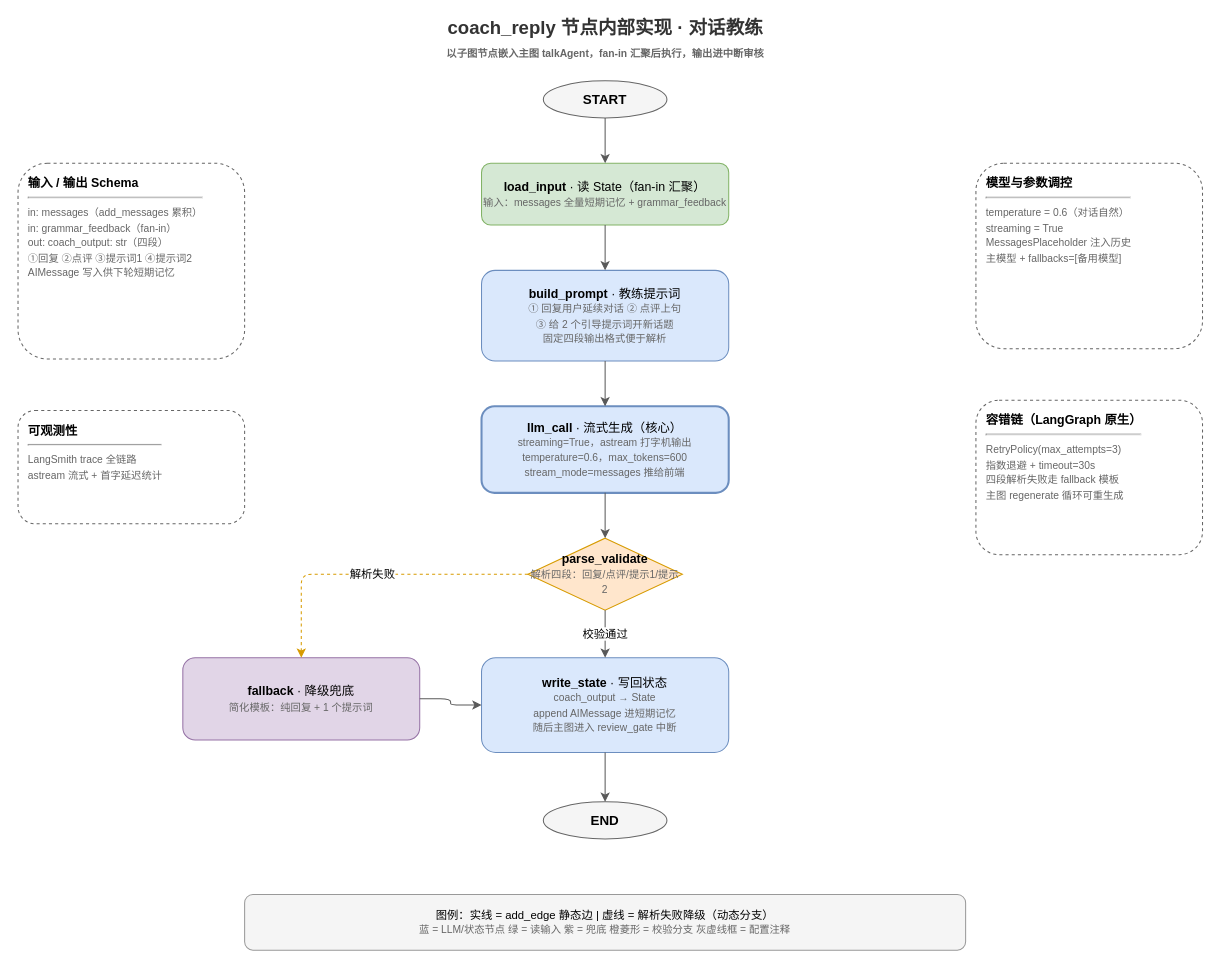
This is documents/coach_reply.drawio from Ekko306/dialog-ai, a draw.io file, before an edit. Source tidied: cells renumbered, new cells numbered last; positions are measured from the earlier drawing's top-left corner, leaving out a move shared by most shapes. Both pictures are drawn from the tidied source at 103%, with x=0, y=0 at pixel (18, 19).
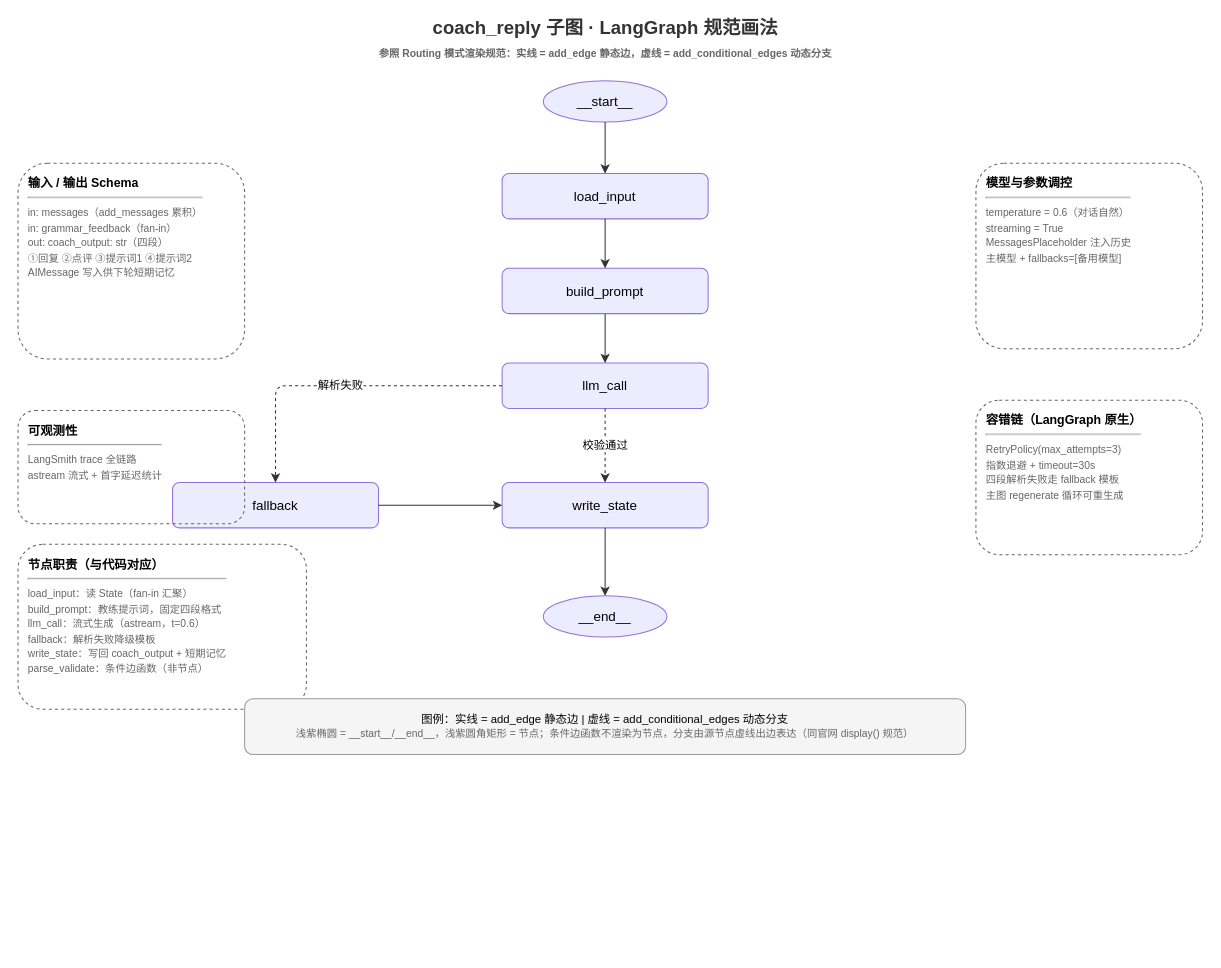
Above is the later version.

Change to the diagram source:
```diff
@@
-    <mxCell id="2" value="coach_reply 节点内部实现 · 对话教练&lt;br&gt;&lt;font style=&quot;font-size:10px&quot; color=&quot;#666666&quot;&gt;以子图节点嵌入主图 talkAgent，fan-in 汇聚后执行，输出进中断审核&lt;/font&gt;" style="text;html=1;align=center;verticalAlign=middle;fontSize=18;fontStyle=1;fontColor=#333333;" parent="1" vertex="1">
+    <mxCell id="2" value="coach_reply 子图 · LangGraph 规范画法&lt;br&gt;&lt;font style=&quot;font-size:10px&quot; color=&quot;#666666&quot;&gt;参照 Routing 模式渲染规范：实线 = add_edge 静态边，虚线 = add_conditional_edges 动态分支&lt;/font&gt;" style="text;html=1;align=center;verticalAlign=middle;fontSize=18;fontStyle=1;fontColor=#333333;" parent="1" vertex="1">
       <mxGeometry x="290" width="560" height="40" as="geometry" />
     </mxCell>
-    <mxCell id="3" value="START" style="ellipse;whiteSpace=wrap;html=1;fillColor=#f5f5f5;strokeColor=#666666;fontSize=13;fontStyle=1;" parent="1" vertex="1">
-      <mxGeometry x="510" y="60" width="120" height="36" as="geometry" />
+    <mxCell id="3" value="__start__" style="ellipse;whiteSpace=wrap;html=1;fillColor=#ECECFF;strokeColor=#9370DB;fontSize=13;" parent="1" vertex="1">
+      <mxGeometry x="510" y="60" width="120" height="40" as="geometry" />
     </mxCell>
-    <mxCell id="4" value="&lt;b&gt;load_input&lt;/b&gt; · 读 State（fan-in 汇聚）&lt;br&gt;&lt;font style=&quot;font-size:10px&quot; color=&quot;#666666&quot;&gt;输入：messages 全量短期记忆 + grammar_feedback&lt;/font&gt;" style="rounded=1;whiteSpace=wrap;html=1;fillColor=#d5e8d4;strokeColor=#82b366;fontSize=12;" parent="1" vertex="1">
-      <mxGeometry x="450" y="140" width="240" height="60" as="geometry" />
+    <mxCell id="4" value="load_input" style="rounded=1;whiteSpace=wrap;html=1;fillColor=#ECECFF;strokeColor=#9370DB;fontSize=13;" parent="1" vertex="1">
+      <mxGeometry x="470" y="150" width="200" height="44" as="geometry" />
     </mxCell>
-    <mxCell id="5" value="&lt;b&gt;build_prompt&lt;/b&gt; · 教练提示词&lt;br&gt;&lt;font style=&quot;font-size:10px&quot; color=&quot;#666666&quot;&gt;① 回复用户延续对话 ② 点评上句&lt;br&gt;③ 给 2 个引导提示词开新话题&lt;br&gt;固定四段输出格式便于解析&lt;/font&gt;" style="rounded=1;whiteSpace=wrap;html=1;fillColor=#dae8fc;strokeColor=#6c8ebf;fontSize=12;" parent="1" vertex="1">
-      <mxGeometry x="450" y="244" width="240" height="88" as="geometry" />
+    <mxCell id="5" value="build_prompt" style="rounded=1;whiteSpace=wrap;html=1;fillColor=#ECECFF;strokeColor=#9370DB;fontSize=13;" parent="1" vertex="1">
+      <mxGeometry x="470" y="242" width="200" height="44" as="geometry" />
     </mxCell>
-    <mxCell id="6" value="&lt;b&gt;llm_call&lt;/b&gt; · 流式生成（核心）&lt;br&gt;&lt;font style=&quot;font-size:10px&quot; color=&quot;#666666&quot;&gt;streaming=True，astream 打字机输出&lt;br&gt;temperature=0.6，max_tokens=600&lt;br&gt;stream_mode=messages 推给前端&lt;/font&gt;" style="rounded=1;whiteSpace=wrap;html=1;fillColor=#dae8fc;strokeColor=#6c8ebf;strokeWidth=2;fontSize=12;" parent="1" vertex="1">
-      <mxGeometry x="450" y="376" width="240" height="84" as="geometry" />
+    <mxCell id="6" value="llm_call" style="rounded=1;whiteSpace=wrap;html=1;fillColor=#ECECFF;strokeColor=#9370DB;fontSize=13;" parent="1" vertex="1">
+      <mxGeometry x="470" y="334" width="200" height="44" as="geometry" />
     </mxCell>
-    <mxCell id="7" value="&lt;b&gt;parse_validate&lt;/b&gt;&lt;br&gt;&lt;font style=&quot;font-size:10px&quot; color=&quot;#666666&quot;&gt;解析四段：回复/点评/提示1/提示2&lt;/font&gt;" style="rhombus;whiteSpace=wrap;html=1;fillColor=#ffe6cc;strokeColor=#d79b00;fontSize=12;" parent="1" vertex="1">
-      <mxGeometry x="495" y="504" width="150" height="70" as="geometry" />
-    </mxCell>
-    <mxCell id="8" value="&lt;b&gt;fallback&lt;/b&gt; · 降级兜底&lt;br&gt;&lt;font style=&quot;font-size:10px&quot; color=&quot;#666666&quot;&gt;简化模板：纯回复 + 1 个提示词&lt;/font&gt;" style="rounded=1;whiteSpace=wrap;html=1;fillColor=#e1d5e7;strokeColor=#9673a6;fontSize=12;" parent="1" vertex="1">
-      <mxGeometry x="160" y="620" width="230" height="80" as="geometry" />
+    <mxCell id="8" value="fallback" style="rounded=1;whiteSpace=wrap;html=1;fillColor=#ECECFF;strokeColor=#9370DB;fontSize=13;" parent="1" vertex="1">
+      <mxGeometry x="150" y="450" width="200" height="44" as="geometry" />
     </mxCell>
-    <mxCell id="9" value="&lt;b&gt;write_state&lt;/b&gt; · 写回状态&lt;br&gt;&lt;font style=&quot;font-size:10px&quot; color=&quot;#666666&quot;&gt;coach_output → State&lt;br&gt;append AIMessage 进短期记忆&lt;br&gt;随后主图进入 review_gate 中断&lt;/font&gt;" style="rounded=1;whiteSpace=wrap;html=1;fillColor=#dae8fc;strokeColor=#6c8ebf;fontSize=12;" parent="1" vertex="1">
-      <mxGeometry x="450" y="620" width="240" height="92" as="geometry" />
+    <mxCell id="9" value="write_state" style="rounded=1;whiteSpace=wrap;html=1;fillColor=#ECECFF;strokeColor=#9370DB;fontSize=13;" parent="1" vertex="1">
+      <mxGeometry x="470" y="450" width="200" height="44" as="geometry" />
     </mxCell>
-    <mxCell id="10" value="END" style="ellipse;whiteSpace=wrap;html=1;fillColor=#f5f5f5;strokeColor=#666666;fontSize=13;fontStyle=1;" parent="1" vertex="1">
-      <mxGeometry x="510" y="760" width="120" height="36" as="geometry" />
+    <mxCell id="10" value="__end__" style="ellipse;whiteSpace=wrap;html=1;fillColor=#ECECFF;strokeColor=#9370DB;fontSize=13;" parent="1" vertex="1">
+      <mxGeometry x="510" y="560" width="120" height="40" as="geometry" />
     </mxCell>
-    <mxCell id="11" style="edgeStyle=orthogonalEdgeStyle;rounded=1;html=1;strokeColor=#595959;fontSize=11;" parent="1" edge="1" source="3" target="4">
+    <mxCell id="11" style="edgeStyle=orthogonalEdgeStyle;rounded=1;html=1;strokeColor=#333333;fontSize=11;" parent="1" edge="1" source="3" target="4">
       <mxGeometry relative="1" as="geometry" />
     </mxCell>
-    <mxCell id="12" style="edgeStyle=orthogonalEdgeStyle;rounded=1;html=1;strokeColor=#595959;fontSize=11;" parent="1" edge="1" source="4" target="5">
+    <mxCell id="12" style="edgeStyle=orthogonalEdgeStyle;rounded=1;html=1;strokeColor=#333333;fontSize=11;" parent="1" edge="1" source="4" target="5">
       <mxGeometry relative="1" as="geometry" />
     </mxCell>
-    <mxCell id="13" style="edgeStyle=orthogonalEdgeStyle;rounded=1;html=1;strokeColor=#595959;fontSize=11;" parent="1" edge="1" source="5" target="6">
+    <mxCell id="13" style="edgeStyle=orthogonalEdgeStyle;rounded=1;html=1;strokeColor=#333333;fontSize=11;" parent="1" edge="1" source="5" target="6">
       <mxGeometry relative="1" as="geometry" />
     </mxCell>
-    <mxCell id="14" style="edgeStyle=orthogonalEdgeStyle;rounded=1;html=1;strokeColor=#595959;fontSize=11;" parent="1" edge="1" source="6" target="7">
+    <mxCell id="14" value="校验通过" style="edgeStyle=orthogonalEdgeStyle;rounded=1;html=1;dashed=1;strokeColor=#333333;fontSize=11;exitX=0.5;exitY=1;exitDx=0;exitDy=0;entryX=0.5;entryY=0;entryDx=0;entryDy=0;" parent="1" edge="1" source="6" target="9">
       <mxGeometry relative="1" as="geometry" />
     </mxCell>
-    <mxCell id="15" value="校验通过" style="edgeStyle=orthogonalEdgeStyle;rounded=1;html=1;strokeColor=#595959;fontSize=11;exitX=0.5;exitY=1;exitDx=0;exitDy=0;entryX=0.5;entryY=0;entryDx=0;entryDy=0;" parent="1" edge="1" source="7" target="9">
+    <mxCell id="15" value="解析失败" style="edgeStyle=orthogonalEdgeStyle;rounded=1;html=1;dashed=1;strokeColor=#333333;fontSize=11;exitX=0;exitY=0.5;exitDx=0;exitDy=0;entryX=0.5;entryY=0;entryDx=0;entryDy=0;" parent="1" edge="1" source="6" target="8">
       <mxGeometry relative="1" as="geometry" />
     </mxCell>
-    <mxCell id="16" value="解析失败" style="edgeStyle=orthogonalEdgeStyle;rounded=1;html=1;dashed=1;strokeColor=#d79b00;fontSize=11;exitX=0;exitY=0.5;exitDx=0;exitDy=0;entryX=0.5;entryY=0;entryDx=0;entryDy=0;" parent="1" edge="1" source="7" target="8">
+    <mxCell id="16" style="edgeStyle=orthogonalEdgeStyle;rounded=1;html=1;strokeColor=#333333;fontSize=11;exitX=1;exitY=0.5;exitDx=0;exitDy=0;entryX=0;entryY=0.5;entryDx=0;entryDy=0;" parent="1" edge="1" source="8" target="9">
       <mxGeometry relative="1" as="geometry" />
     </mxCell>
-    <mxCell id="17" style="edgeStyle=orthogonalEdgeStyle;rounded=1;html=1;strokeColor=#595959;fontSize=11;exitX=1;exitY=0.5;exitDx=0;exitDy=0;entryX=0;entryY=0.5;entryDx=0;entryDy=0;" parent="1" edge="1" source="8" target="9">
+    <mxCell id="17" style="edgeStyle=orthogonalEdgeStyle;rounded=1;html=1;strokeColor=#333333;fontSize=11;" parent="1" edge="1" source="9" target="10">
       <mxGeometry relative="1" as="geometry" />
     </mxCell>
-    <mxCell id="18" style="edgeStyle=orthogonalEdgeStyle;rounded=1;html=1;strokeColor=#595959;fontSize=11;" parent="1" edge="1" source="9" target="10">
-      <mxGeometry relative="1" as="geometry" />
-    </mxCell>
@@
+    <mxCell id="24" value="&lt;b&gt;节点职责（与代码对应）&lt;/b&gt;&lt;hr&gt;&lt;font style=&quot;font-size:10px&quot; color=&quot;#666666&quot;&gt;load_input：读 State（fan-in 汇聚）&lt;br&gt;build_prompt：教练提示词，固定四段格式&lt;br&gt;llm_call：流式生成（astream，t=0.6）&lt;br&gt;fallback：解析失败降级模板&lt;br&gt;write_state：写回 coach_output + 短期记忆&lt;br&gt;parse_validate：条件边函数（非节点）&lt;/font&gt;" style="rounded=1;whiteSpace=wrap;html=1;dashed=1;fillColor=none;strokeColor=#666666;align=left;verticalAlign=top;fontSize=12;spacingLeft=8;spacingTop=6;" parent="1" vertex="1">
+      <mxGeometry y="510" width="280" height="160" as="geometry" />
+    </mxCell>
@@
-    <mxCell id="23" value="图例：实线 = add_edge 静态边  |  虚线 = 解析失败降级（动态分支）&lt;br&gt;&lt;font style=&quot;font-size:10px&quot; color=&quot;#666666&quot;&gt;蓝 = LLM/状态节点  绿 = 读输入  紫 = 兜底  橙菱形 = 校验分支  灰虚线框 = 配置注释&lt;/font&gt;" style="rounded=1;whiteSpace=wrap;html=1;fillColor=#f5f5f5;strokeColor=#999999;fontSize=11;align=center;" parent="1" vertex="1">
-      <mxGeometry x="220" y="850" width="700" height="54" as="geometry" />
+    <mxCell id="23" value="图例：实线 = add_edge 静态边  |  虚线 = add_conditional_edges 动态分支&lt;br&gt;&lt;font style=&quot;font-size:10px&quot; color=&quot;#666666&quot;&gt;浅紫椭圆 = __start__/__end__，浅紫圆角矩形 = 节点；条件边函数不渲染为节点，分支由源节点虚线出边表达（同官网 display() 规范）&lt;/font&gt;" style="rounded=1;whiteSpace=wrap;html=1;fillColor=#f5f5f5;strokeColor=#999999;fontSize=11;align=center;" parent="1" vertex="1">
+      <mxGeometry x="220" y="660" width="700" height="54" as="geometry" />
     </mxCell>
```
